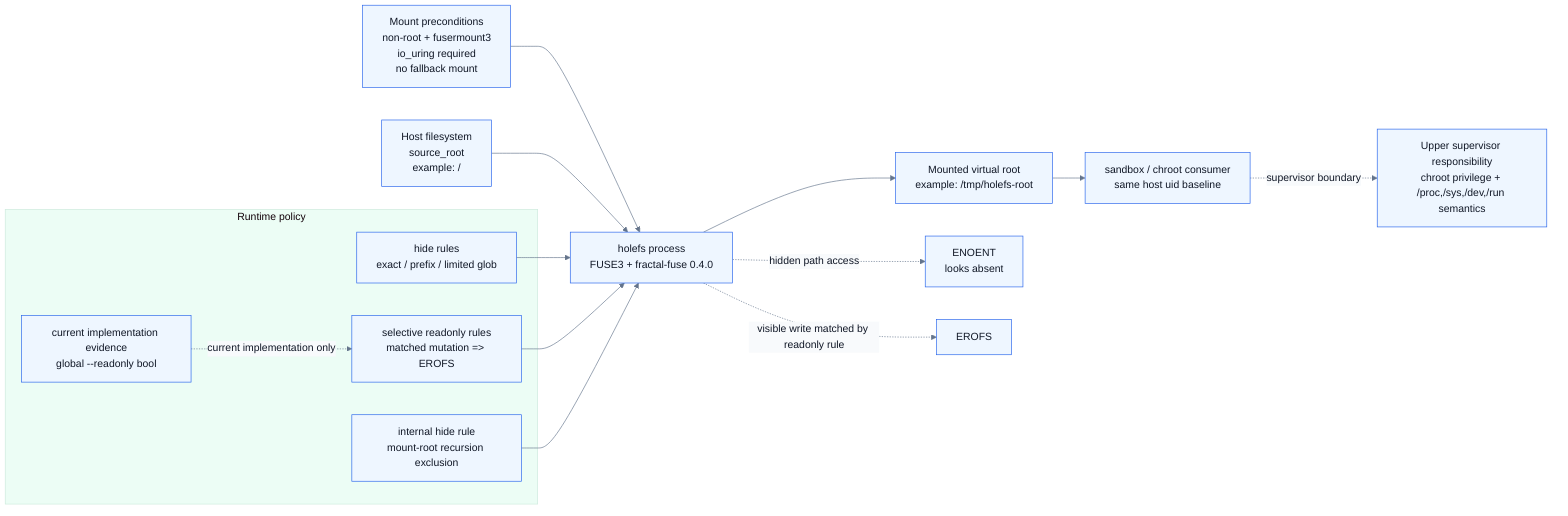
Earlier version of the Mermaid export docs/diagrams/system-context.png (spi-ca/screenfs). Its source is kept beside it as docs/diagrams/system-context.mmd. Its diagram source:
```mermaid
flowchart LR
    pre["Mount preconditions\nnon-root + fusermount3\nio_uring required\nno fallback mount"] --> mount["holefs process\nFUSE3 + fractal-fuse 0.4.0"]
    host["Host filesystem\nsource_root\nexample: /"] --> mount

    subgraph policy["Runtime policy"]
        hide["hide rules\nexact / prefix / limited glob"]
        ro["selective readonly rules\nmatched mutation => EROFS"]
        impl["current implementation evidence\nglobal --readonly bool"]
        internal["internal hide rule\nmount-root recursion exclusion"]
    end

    hide --> mount
    ro --> mount
    impl -. current implementation only .-> ro
    internal --> mount

    mount --> view["Mounted virtual root\nexample: /tmp/holefs-root"]
    view --> sandbox["sandbox / chroot consumer\nsame host uid baseline"]
    sandbox -. supervisor boundary .-> sup["Upper supervisor responsibility\nchroot privilege + /proc,/sys,/dev,/run semantics"]

    mount -. hidden path access .-> enoent["ENOENT\nlooks absent"]
    mount -. visible write matched by readonly rule .-> erofs["EROFS"]
```
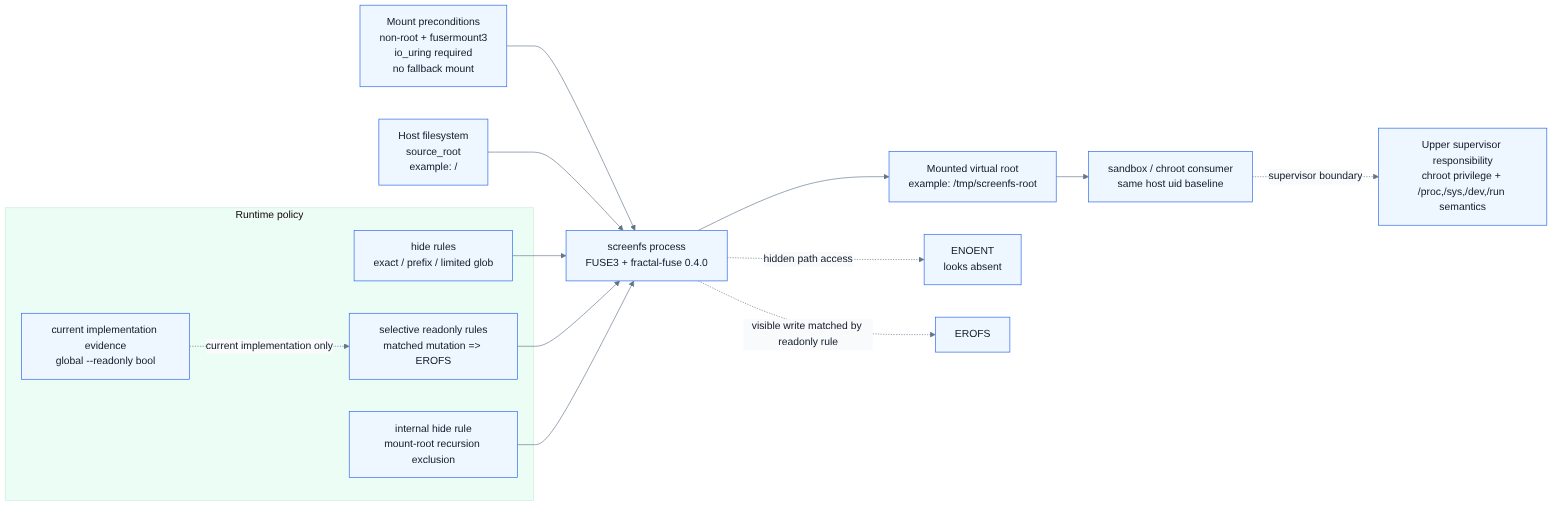
After the commit.

The edit, as a diff of the source:
```diff
@@ -1,5 +1,5 @@
 flowchart LR
-    pre["Mount preconditions\nnon-root + fusermount3\nio_uring required\nno fallback mount"] --> mount["holefs process\nFUSE3 + fractal-fuse 0.4.0"]
+    pre["Mount preconditions\nnon-root + fusermount3\nio_uring required\nno fallback mount"] --> mount["screenfs process\nFUSE3 + fractal-fuse 0.4.0"]
     host["Host filesystem\nsource_root\nexample: /"] --> mount
 
     subgraph policy["Runtime policy"]
@@ -14,7 +14,7 @@
     impl -. current implementation only .-> ro
     internal --> mount
 
-    mount --> view["Mounted virtual root\nexample: /tmp/holefs-root"]
+    mount --> view["Mounted virtual root\nexample: /tmp/screenfs-root"]
     view --> sandbox["sandbox / chroot consumer\nsame host uid baseline"]
     sandbox -. supervisor boundary .-> sup["Upper supervisor responsibility\nchroot privilege + /proc,/sys,/dev,/run semantics"]
 
```
